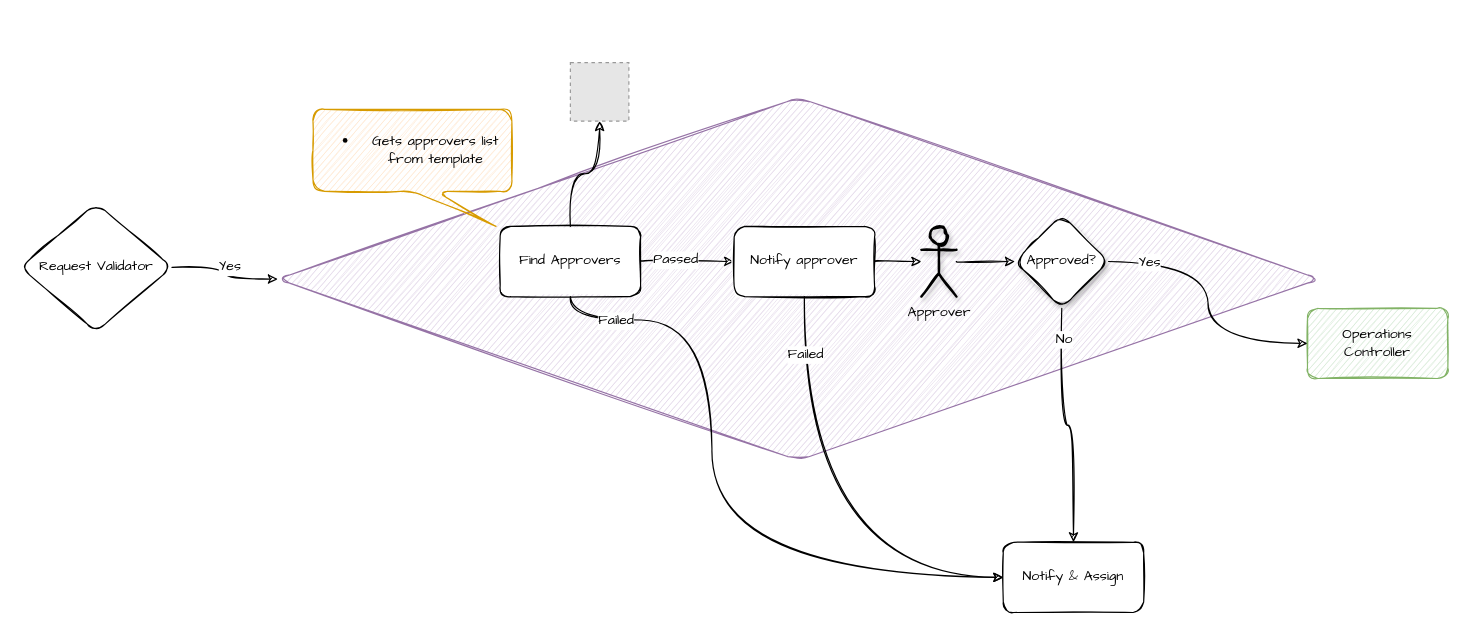
Above: page "Request Review" (4 of 5) of diagrams/open-automation.drawio in haidouks/open-automation (draw.io), before the change. Source tidied: cells renumbered, new cells numbered last; positions are measured from the earlier drawing's top-left corner, leaving out a move shared by most shapes. Both pictures are drawn from the tidied source at 117%, with x=0, y=0 at pixel (20, 62). Pictures stored in the file or linked from it are replaced by grey dashed boxes.
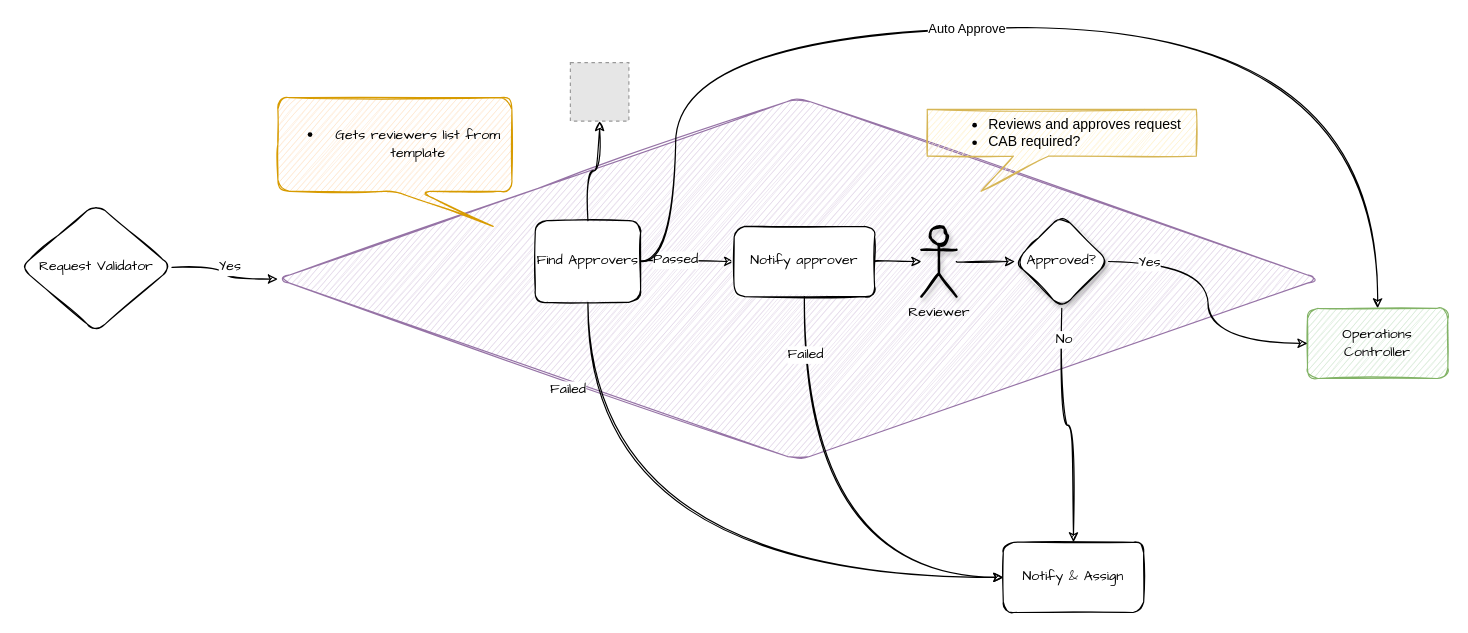
The same page after the edit.

Unchanged cells that the change refers to:
```xml
<mxCell id="13" value="Notify &amp;amp; Assign" style="whiteSpace=wrap;html=1;fontFamily=Comic Sans MS;sketch=1;rounded=1;" parent="1" vertex="1">
  <mxGeometry x="840" y="410" width="120" height="60" as="geometry" />
</mxCell>
<mxCell id="19" value="Operations Controller" style="whiteSpace=wrap;html=1;shadow=0;dashed=0;fontFamily=Comic Sans MS;verticalAlign=middle;strokeColor=#82b366;fillColor=#d5e8d4;sketch=1;rounded=1;" parent="1" vertex="1">
  <mxGeometry x="1100" y="210" width="120" height="60" as="geometry" />
</mxCell>
```

Diff of the diagram source:
```diff
@@
     <mxCell id="3" style="edgeStyle=orthogonalEdgeStyle;jettySize=auto;html=1;exitX=0.5;exitY=1;exitDx=0;exitDy=0;entryX=0;entryY=0.5;entryDx=0;entryDy=0;fontFamily=Comic Sans MS;fontSize=12;curved=1;sketch=1;" parent="1" edge="1" source="7" target="13">
-      <mxGeometry relative="1" as="geometry">
-        <Array as="points">
-          <mxPoint x="470" y="220" />
-          <mxPoint x="591" y="220" />
-          <mxPoint x="591" y="440" />
-        </Array>
-      </mxGeometry>
+      <mxGeometry relative="1" as="geometry" />
     </mxCell>
@@
+    <mxCell id="27" style="edgeStyle=orthogonalEdgeStyle;jettySize=auto;html=1;sketch=1;curved=1;" parent="1" edge="1" source="7" target="19">
+      <mxGeometry relative="1" as="geometry">
+        <Array as="points">
+          <mxPoint x="560" y="170" />
+          <mxPoint x="560" y="-30" />
+          <mxPoint x="1160" y="-30" />
+        </Array>
+      </mxGeometry>
+    </mxCell>
+    <mxCell id="28" value="Auto Approve" style="edgeLabel;html=1;align=center;verticalAlign=middle;" parent="27" vertex="1">
+      <mxGeometry x="-0.39" y="4" relative="1" as="geometry">
+        <mxPoint x="152" y="4" as="offset" />
+      </mxGeometry>
+    </mxCell>
     <mxCell id="7" value="Find Approvers" style="whiteSpace=wrap;html=1;labelBackgroundColor=none;fontFamily=Comic Sans MS;fontSize=12;align=center;sketch=1;rounded=1;" parent="1" vertex="1">
-      <mxGeometry x="410" y="140" width="120" height="60" as="geometry" />
+      <mxGeometry x="440" y="135" width="90" height="70" as="geometry" />
     </mxCell>
@@
-    <mxCell id="14" value="&lt;ul&gt;&lt;li&gt;Gets approvers list from template&lt;/li&gt;&lt;/ul&gt;" style="shape=callout;whiteSpace=wrap;html=1;perimeter=calloutPerimeter;labelBackgroundColor=none;fontFamily=Comic Sans MS;fontSize=12;align=center;position2=0.92;fillColor=#ffe6cc;strokeColor=#d79b00;sketch=1;rounded=1;" parent="1" vertex="1">
-      <mxGeometry x="250" y="40" width="170" height="100" as="geometry" />
+    <mxCell id="14" value="&lt;ul&gt;&lt;li&gt;Gets reviewers list from template&lt;/li&gt;&lt;/ul&gt;" style="shape=callout;whiteSpace=wrap;html=1;perimeter=calloutPerimeter;labelBackgroundColor=none;fontFamily=Comic Sans MS;fontSize=12;align=center;position2=0.92;fillColor=#ffe6cc;strokeColor=#d79b00;sketch=1;rounded=1;" parent="1" vertex="1">
+      <mxGeometry x="220" y="30" width="200" height="110" as="geometry" />
     </mxCell>
@@
-    <mxCell id="21" value="Approver" style="shape=umlActor;verticalLabelPosition=bottom;verticalAlign=top;html=1;outlineConnect=0;shadow=1;labelBackgroundColor=none;strokeWidth=2;gradientColor=none;fontFamily=Comic Sans MS;fontSize=12;fontColor=#000000;align=center;fillColor=none;sketch=1;rounded=1;" parent="1" vertex="1">
+    <mxCell id="21" value="Reviewer" style="shape=umlActor;verticalLabelPosition=bottom;verticalAlign=top;html=1;outlineConnect=0;shadow=1;labelBackgroundColor=none;strokeWidth=2;gradientColor=none;fontFamily=Comic Sans MS;fontSize=12;fontColor=#000000;align=center;fillColor=none;sketch=1;rounded=1;" parent="1" vertex="1">
       <mxGeometry x="770" y="140" width="30" height="60" as="geometry" />
     </mxCell>
@@
+    <mxCell id="29" value="&lt;ul&gt;&lt;li&gt;Reviews and approves request&lt;/li&gt;&lt;li&gt;&lt;div style=&quot;text-align: left&quot;&gt;CAB required?&lt;/div&gt;&lt;/li&gt;&lt;/ul&gt;" style="shape=callout;whiteSpace=wrap;html=1;perimeter=calloutPerimeter;fillColor=#fff2cc;strokeColor=#d6b656;sketch=1;size=30;position=0.32;base=30;position2=0.2;" parent="1" vertex="1">
+      <mxGeometry x="775" y="40" width="230" height="70" as="geometry" />
+    </mxCell>
```
